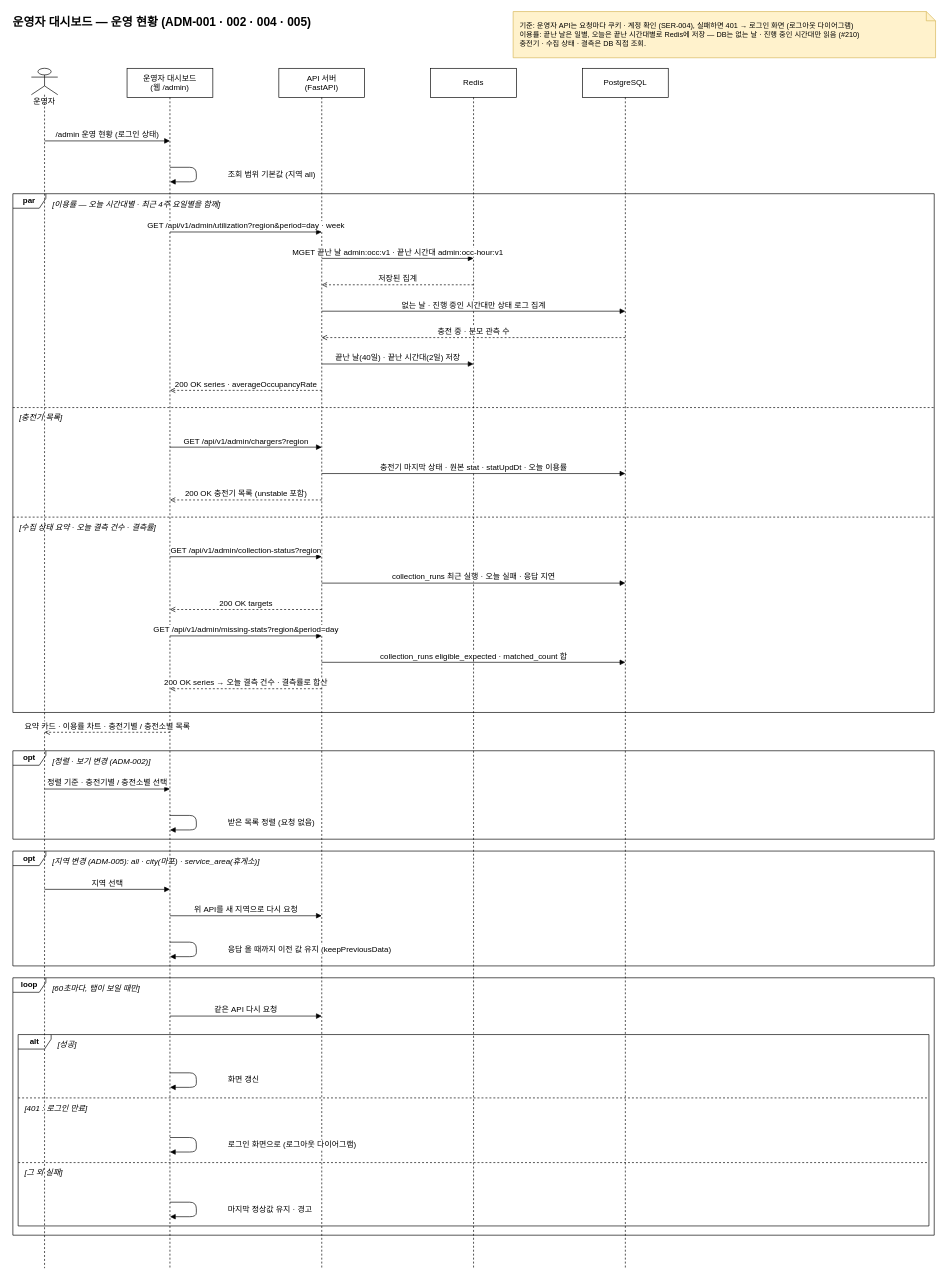
This is page "운영 현황" (1 of 3) of docs/diagrams_new/sequence-운영자 대시보드 조회.drawio from 2026-Capstone4/ev-flow, a draw.io file, before an edit. Source tidied: cells renumbered, new cells numbered last; positions are measured from the earlier drawing's top-left corner, leaving out a move shared by most shapes. Both pictures are drawn from the tidied source at 66%, with x=0, y=0 at pixel (11, 11).
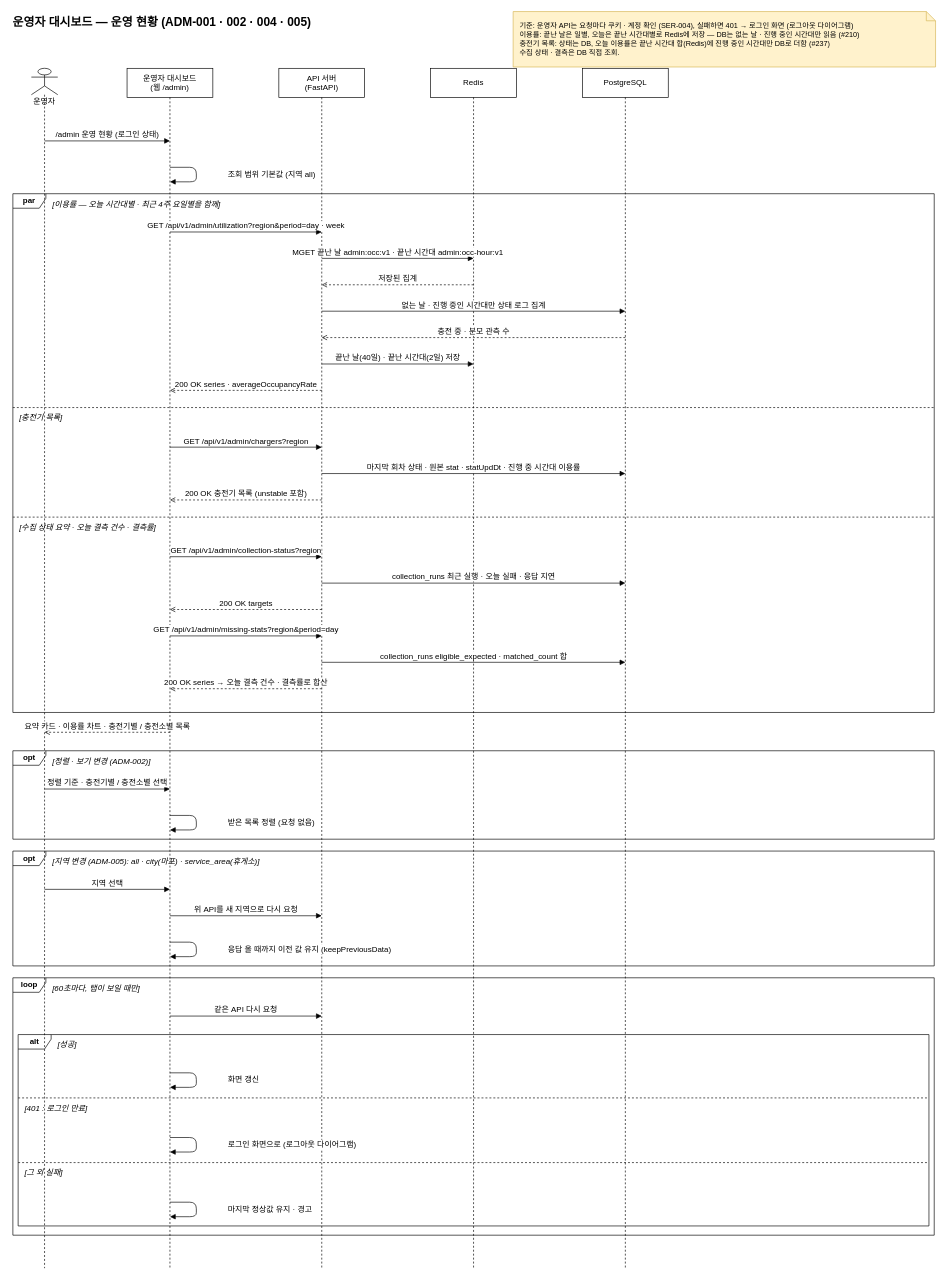
After the change.

Commit message (it also covers changes not shown here):
fix: 운영자 충전기 목록 느림 - 충전기 상태를 회차 한 번에 읽고 오늘 합을 Redis에 저장 (#237)

Change to the diagram source:
```diff
@@
-    <mxCell id="13" value="기준: 운영자 API는 요청마다 쿠키 · 계정 확인 (SER-004), 실패하면 401 → 로그인 화면 (로그아웃 다이어그램)&lt;br&gt;이용률: 끝난 날은 일별, 오늘은 끝난 시간대별로 Redis에 저장 — DB는 없는 날 · 진행 중인 시간대만 읽음 (#210)&lt;br&gt;충전기 · 수집 상태 · 결측은 DB 직접 조회." style="shape=note;whiteSpace=wrap;html=1;size=14;align=left;spacingLeft=8;fillColor=#fff2cc;strokeColor=#d6b656;fontFamily=Pretendard;fontSize=11;" parent="1" vertex="1">
-      <mxGeometry x="760" width="640" height="70" as="geometry" />
+    <mxCell id="13" value="기준: 운영자 API는 요청마다 쿠키 · 계정 확인 (SER-004), 실패하면 401 → 로그인 화면 (로그아웃 다이어그램)&lt;br&gt;이용률: 끝난 날은 일별, 오늘은 끝난 시간대별로 Redis에 저장 — DB는 없는 날 · 진행 중인 시간대만 읽음 (#210)&lt;br&gt;충전기 목록: 상태는 DB, 오늘 이용률은 끝난 시간대 합(Redis)에 진행 중인 시간대만 DB로 더함 (#237)&lt;br&gt;수집 상태 · 결측은 DB 직접 조회." style="shape=note;whiteSpace=wrap;html=1;size=14;align=left;spacingLeft=8;fillColor=#fff2cc;strokeColor=#d6b656;fontFamily=Pretendard;fontSize=11;" parent="1" vertex="1">
+      <mxGeometry x="760" width="640" height="84" as="geometry" />
     </mxCell>
@@
-    <mxCell id="27" value="충전기 마지막 상태 · 원본 stat · statUpdDt · 오늘 이용률" style="endArrow=block;endFill=1;html=1;verticalAlign=bottom;labelBackgroundColor=#ffffff;fontFamily=Pretendard;fontSize=12;" parent="1" edge="1">
+    <mxCell id="27" value="마지막 회차 상태 · 원본 stat · statUpdDt · 진행 중 시간대 이용률" style="endArrow=block;endFill=1;html=1;verticalAlign=bottom;labelBackgroundColor=#ffffff;fontFamily=Pretendard;fontSize=12;" parent="1" edge="1">
       <mxGeometry relative="1" as="geometry">
         <mxPoint x="470" y="700" as="sourcePoint" />
         <mxPoint x="930" y="700" as="targetPoint" />
       </mxGeometry>
     </mxCell>
```
